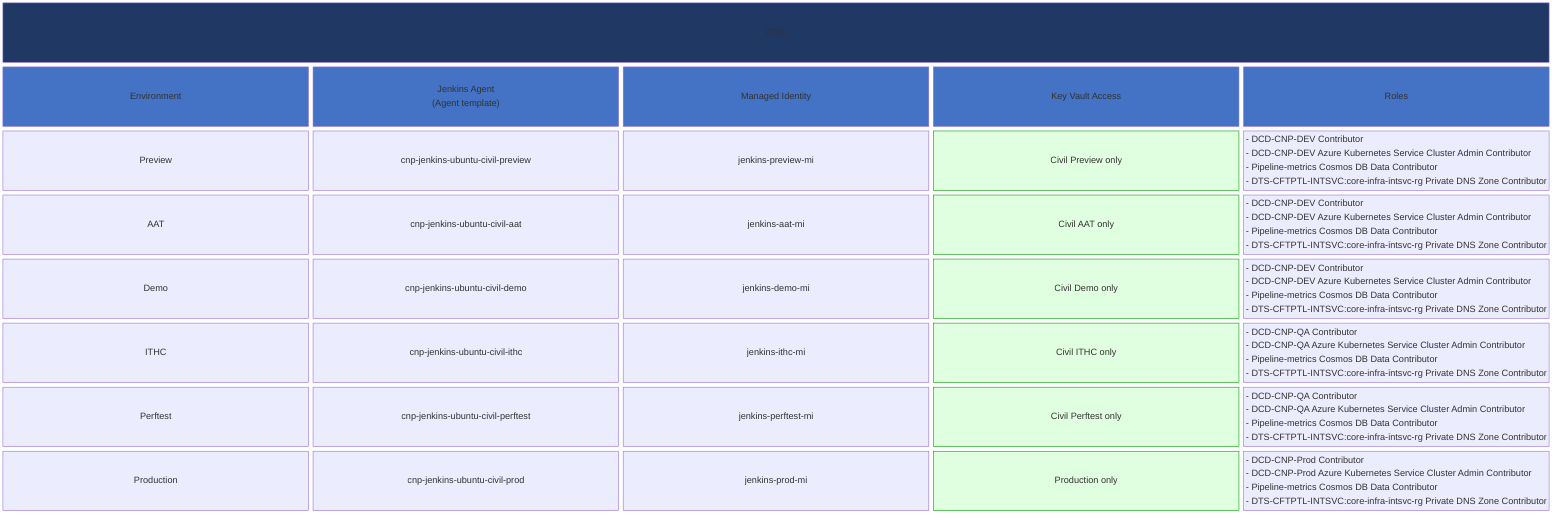
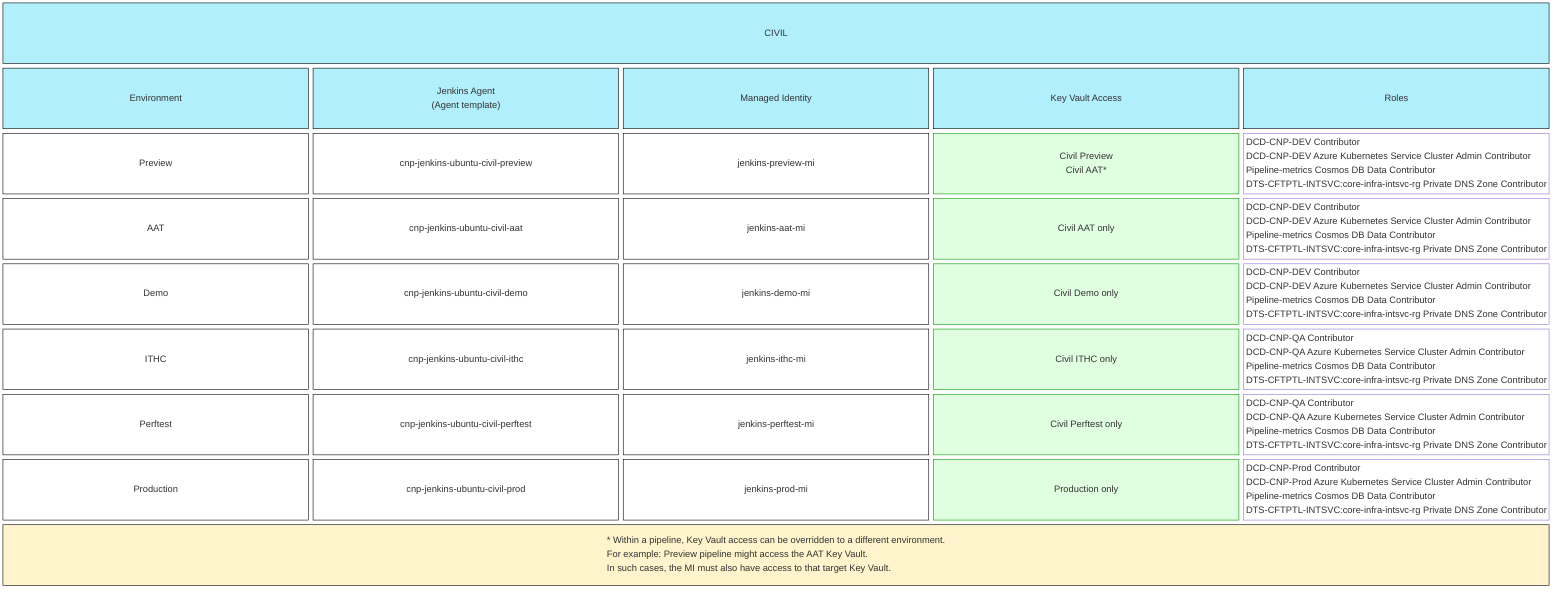
block-beta
  columns 5

  TITLE["CIVIL"]:5

  H1["Environment"] H2["Jenkins Agent\n(Agent template)"] H3["Managed Identity"] H4["Key Vault Access"] H5["Roles"]

-   R1E["Preview"] R1A["cnp-jenkins-ubuntu-civil-preview"] R1M["jenkins-preview-mi"] R1K["Civil Preview only"] R1R["- DCD-CNP-DEV Contributor\n- DCD-CNP-DEV Azure Kubernetes Service Cluster Admin Contributor\n- Pipeline-metrics Cosmos DB Data Contributor\n- DTS-CFTPTL-INTSVC:core-infra-intsvc-rg Private DNS Zone Contributor"]
+   R1E["Preview"] R1A["cnp-jenkins-ubuntu-civil-preview"] R1M["jenkins-preview-mi"] R1K["Civil Preview\nCivil AAT*"] R1R["DCD-CNP-DEV Contributor\nDCD-CNP-DEV Azure Kubernetes Service Cluster Admin Contributor\nPipeline-metrics Cosmos DB Data Contributor\nDTS-CFTPTL-INTSVC:core-infra-intsvc-rg Private DNS Zone Contributor"]

-   R2E["AAT"] R2A["cnp-jenkins-ubuntu-civil-aat"] R2M["jenkins-aat-mi"] R2K["Civil AAT only"] R2R["- DCD-CNP-DEV Contributor\n- DCD-CNP-DEV Azure Kubernetes Service Cluster Admin Contributor\n- Pipeline-metrics Cosmos DB Data Contributor\n- DTS-CFTPTL-INTSVC:core-infra-intsvc-rg Private DNS Zone Contributor"]
+   R2E["AAT"] R2A["cnp-jenkins-ubuntu-civil-aat"] R2M["jenkins-aat-mi"] R2K["Civil AAT only"] R2R["DCD-CNP-DEV Contributor\nDCD-CNP-DEV Azure Kubernetes Service Cluster Admin Contributor\nPipeline-metrics Cosmos DB Data Contributor\nDTS-CFTPTL-INTSVC:core-infra-intsvc-rg Private DNS Zone Contributor"]

-   R3E["Demo"] R3A["cnp-jenkins-ubuntu-civil-demo"] R3M["jenkins-demo-mi"] R3K["Civil Demo only"] R3R["- DCD-CNP-DEV Contributor\n- DCD-CNP-DEV Azure Kubernetes Service Cluster Admin Contributor\n- Pipeline-metrics Cosmos DB Data Contributor\n- DTS-CFTPTL-INTSVC:core-infra-intsvc-rg Private DNS Zone Contributor"]
+   R3E["Demo"] R3A["cnp-jenkins-ubuntu-civil-demo"] R3M["jenkins-demo-mi"] R3K["Civil Demo only"] R3R["DCD-CNP-DEV Contributor\nDCD-CNP-DEV Azure Kubernetes Service Cluster Admin Contributor\nPipeline-metrics Cosmos DB Data Contributor\nDTS-CFTPTL-INTSVC:core-infra-intsvc-rg Private DNS Zone Contributor"]

-   R4E["ITHC"] R4A["cnp-jenkins-ubuntu-civil-ithc"] R4M["jenkins-ithc-mi"] R4K["Civil ITHC only"] R4R["- DCD-CNP-QA Contributor\n- DCD-CNP-QA Azure Kubernetes Service Cluster Admin Contributor\n- Pipeline-metrics Cosmos DB Data Contributor\n- DTS-CFTPTL-INTSVC:core-infra-intsvc-rg Private DNS Zone Contributor"]
+   R4E["ITHC"] R4A["cnp-jenkins-ubuntu-civil-ithc"] R4M["jenkins-ithc-mi"] R4K["Civil ITHC only"] R4R["DCD-CNP-QA Contributor\nDCD-CNP-QA Azure Kubernetes Service Cluster Admin Contributor\nPipeline-metrics Cosmos DB Data Contributor\nDTS-CFTPTL-INTSVC:core-infra-intsvc-rg Private DNS Zone Contributor"]

-   R5E["Perftest"] R5A["cnp-jenkins-ubuntu-civil-perftest"] R5M["jenkins-perftest-mi"] R5K["Civil Perftest only"] R5R["- DCD-CNP-QA Contributor\n- DCD-CNP-QA Azure Kubernetes Service Cluster Admin Contributor\n- Pipeline-metrics Cosmos DB Data Contributor\n- DTS-CFTPTL-INTSVC:core-infra-intsvc-rg Private DNS Zone Contributor"]
+   R5E["Perftest"] R5A["cnp-jenkins-ubuntu-civil-perftest"] R5M["jenkins-perftest-mi"] R5K["Civil Perftest only"] R5R["DCD-CNP-QA Contributor\nDCD-CNP-QA Azure Kubernetes Service Cluster Admin Contributor\nPipeline-metrics Cosmos DB Data Contributor\nDTS-CFTPTL-INTSVC:core-infra-intsvc-rg Private DNS Zone Contributor"]

-   R6E["Production"] R6A["cnp-jenkins-ubuntu-civil-prod"] R6M["jenkins-prod-mi"] R6K["Production only"] R6R["- DCD-CNP-Prod Contributor\n- DCD-CNP-Prod Azure Kubernetes Service Cluster Admin Contributor\n- Pipeline-metrics Cosmos DB Data Contributor\n- DTS-CFTPTL-INTSVC:core-infra-intsvc-rg Private DNS Zone Contributor"]
+   R6E["Production"] R6A["cnp-jenkins-ubuntu-civil-prod"] R6M["jenkins-prod-mi"] R6K["Production only"] R6R["DCD-CNP-Prod Contributor\nDCD-CNP-Prod Azure Kubernetes Service Cluster Admin Contributor\nPipeline-metrics Cosmos DB Data Contributor\nDTS-CFTPTL-INTSVC:core-infra-intsvc-rg Private DNS Zone Contributor"]

-   style TITLE fill:#1F3864,color:#fff
-   style H1 fill:#4472C4,color:#fff
-   style H2 fill:#4472C4,color:#fff
-   style H3 fill:#4472C4,color:#fff
-   style H4 fill:#4472C4,color:#fff
-   style H5 fill:#4472C4,color:#fff
+   R7["* Within a pipeline, Key Vault access can be overridden to a different environment.\nFor example: Preview pipeline might access the AAT Key Vault.\nIn such cases, the MI must also have access to that target Key Vault."]:5
+ 
+ 
+   style TITLE fill:#b1effc,stroke:#000000,color:#000000
+   style H1 fill:#b1effc,stroke:#000000,color:#000000
+   style H2 fill:#b1effc,stroke:#000000,color:#000000
+   style H3 fill:#b1effc,stroke:#000000,color:#000000
+   style H4 fill:#b1effc,stroke:#000000,color:#000000
+   style H5 fill:#b1effc,stroke:#000000,color:#000000

  style R1K fill:#E0FFE0,stroke:#009900,color:#000000
  style R2K fill:#E0FFE0,stroke:#009900,color:#000000
  style R3K fill:#E0FFE0,stroke:#009900,color:#000000
  style R4K fill:#E0FFE0,stroke:#009900,color:#000000
  style R5K fill:#E0FFE0,stroke:#009900,color:#000000
  style R6K fill:#E0FFE0,stroke:#009900,color:#000000

-   style R1R text-align:left
-   style R2R text-align:left
-   style R3R text-align:left
-   style R4R text-align:left
-   style R5R text-align:left
-   style R6R text-align:left+   style R1E fill:#fff,stroke:#000000,color:#000000
+   style R2E fill:#fff,stroke:#000000,color:#000000
+   style R3E fill:#fff,stroke:#000000,color:#000000
+   style R4E fill:#fff,stroke:#000000,color:#000000
+   style R5E fill:#fff,stroke:#000000,color:#000000
+   style R6E fill:#fff,stroke:#000000,color:#000000
+ 
+   style R1A fill:#fff,stroke:#000000,color:#000000
+   style R2A fill:#fff,stroke:#000000,color:#000000
+   style R3A fill:#fff,stroke:#000000,color:#000000
+   style R4A fill:#fff,stroke:#000000,color:#000000
+   style R5A fill:#fff,stroke:#000000,color:#000000
+   style R6A fill:#fff,stroke:#000000,color:#000000
+ 
+   style R1M fill:#fff,stroke:#000000,color:#000000
+   style R2M fill:#fff,stroke:#000000,color:#000000
+   style R3M fill:#fff,stroke:#000000,color:#000000
+   style R4M fill:#fff,stroke:#000000,color:#000000
+   style R5M fill:#fff,stroke:#000000,color:#000000
+   style R6M fill:#fff,stroke:#000000,color:#000000
+ 
+   style R1R fill:#fff,color:#000000,text-align:left
+   style R2R fill:#fff,color:#000000,text-align:left
+   style R3R fill:#fff,color:#000000,text-align:left
+   style R4R fill:#fff,color:#000000,text-align:left
+   style R5R fill:#fff,color:#000000,text-align:left
+   style R6R fill:#fff,color:#000000,text-align:left
+ 
+   style R7 fill:#FFF4CC,stroke:#000000,color:#000000,text-align:left